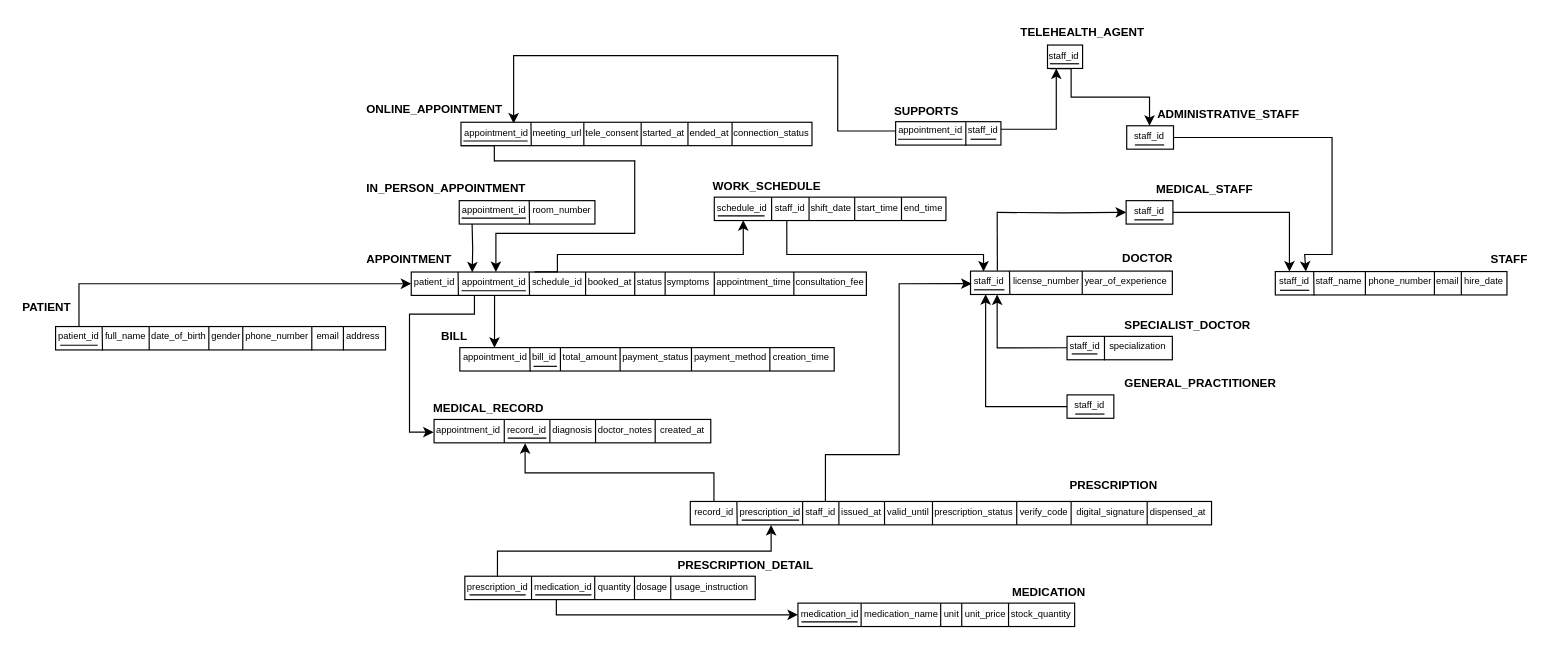
Earlier version of the draw.io diagram Telemedicine_RS_Design-02.drawio (Cinzogoni/Database_Telemedicine). Source tidied: cells renumbered, new cells numbered last; positions are measured from the earlier drawing's top-left corner, leaving out a move shared by most shapes. Both pictures are drawn from the tidied source at 117%, with x=0, y=0 at pixel (20, 20).
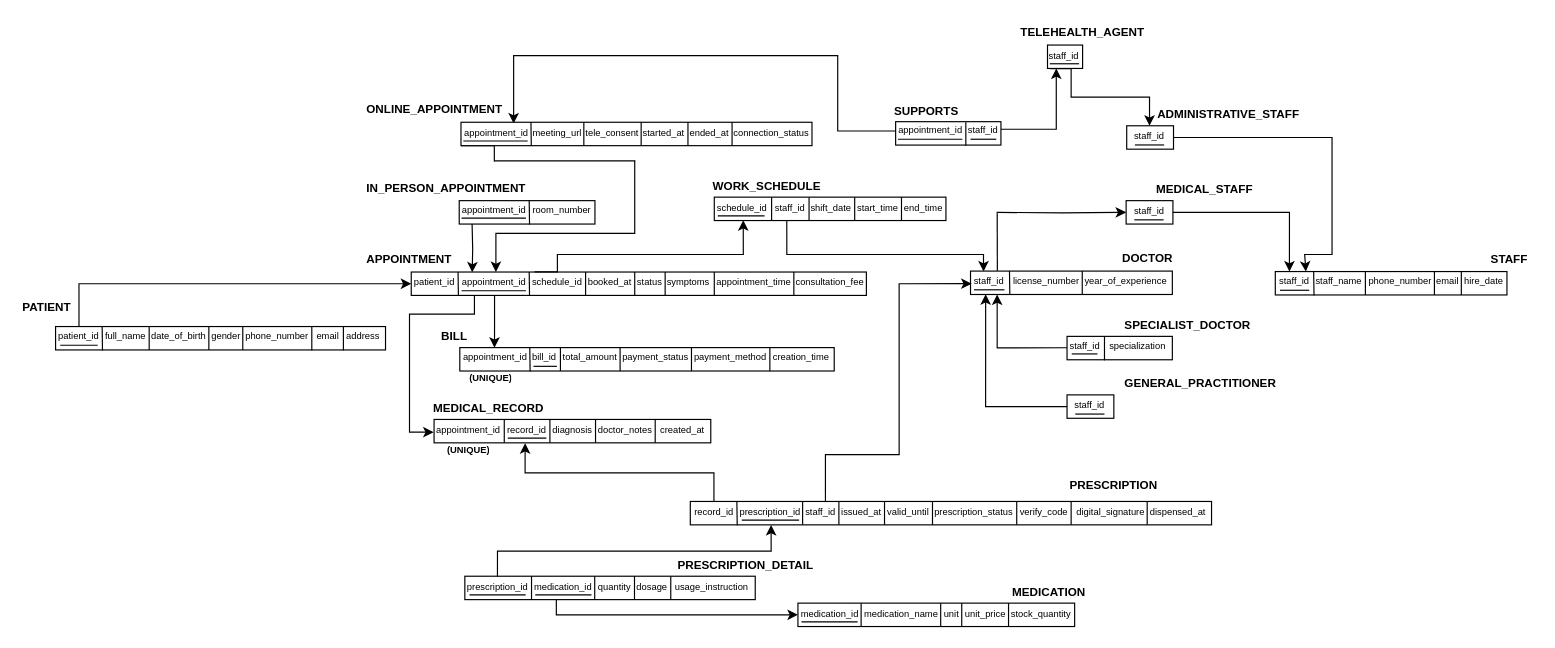
The same page after the edit.

Change to the diagram source:
```diff
@@
+    <mxCell id="216" value="&lt;font style=&quot;font-size: 8px;&quot;&gt;&lt;b&gt;(UNIQUE)&lt;/b&gt;&lt;/font&gt;" style="text;strokeColor=none;fillColor=none;spacingLeft=4;spacingRight=4;overflow=hidden;fontSize=12;whiteSpace=wrap;html=1;" parent="1" vertex="1">
+      <mxGeometry x="378" y="291" width="48" height="30" as="geometry" />
+    </mxCell>
+    <mxCell id="217" value="&lt;font style=&quot;font-size: 8px;&quot;&gt;&lt;b&gt;(UNIQUE)&lt;/b&gt;&lt;/font&gt;" style="text;strokeColor=none;fillColor=none;spacingLeft=4;spacingRight=4;overflow=hidden;fontSize=12;whiteSpace=wrap;html=1;" parent="1" vertex="1">
+      <mxGeometry x="358.5" y="352" width="48" height="30" as="geometry" />
+    </mxCell>
```
